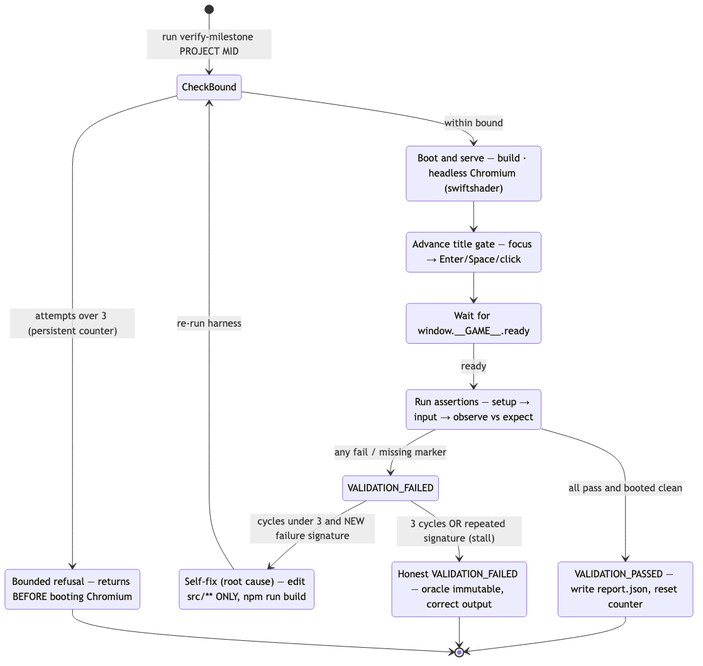
Above: docs/diagrams/verify-fix-state.png in blueif16/clawd-game (Mermaid), before the change. Its source is kept beside it as docs/diagrams/verify-fix-state.mmd.
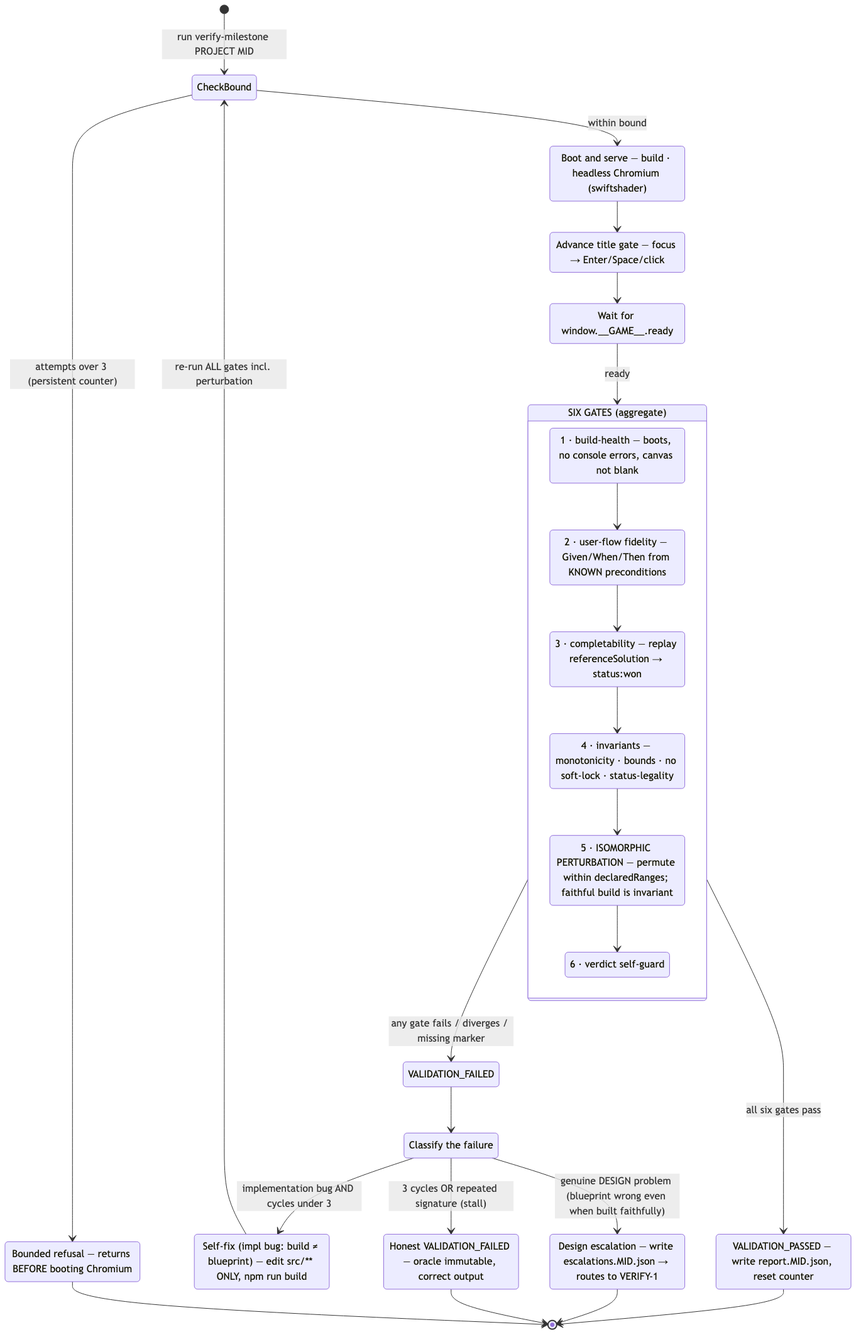
Above is the later version.

What changed in the source:
```diff
@@ -4,10 +4,26 @@
   state "Boot and serve — build · headless Chromium (swiftshader)" as Boot
   state "Advance title gate — focus → Enter/Space/click" as AdvanceTitle
   state "Wait for window.\_\_GAME\_\_.ready" as WaitReady
-  state "Run assertions — setup → input → observe vs expect" as RunAssertions
-  state "VALIDATION_PASSED — write report.json, reset counter" as Passed
+
+  state "SIX GATES (aggregate)" as Gates {
+    state "1 · build-health — boots, no console errors, canvas not blank" as G1
+    state "2 · user-flow fidelity — Given/When/Then from KNOWN preconditions" as G2
+    state "3 · completability — replay referenceSolution → status:won" as G3
+    state "4 · invariants — monotonicity · bounds · no soft-lock · status-legality" as G4
+    state "5 · ISOMORPHIC PERTURBATION — permute within declaredRanges; faithful build is invariant" as G5
+    state "6 · verdict self-guard" as G6
+    G1 --> G2
+    G2 --> G3
+    G3 --> G4
+    G4 --> G5
+    G5 --> G6
+  }
+
+  state "VALIDATION_PASSED — write report.MID.json, reset counter" as Passed
   state "VALIDATION_FAILED" as Failed
-  state "Self-fix (root cause) — edit src/** ONLY, npm run build" as SelfFix
+  state "Classify the failure" as Classify
+  state "Self-fix (impl bug: build ≠ blueprint) — edit src/** ONLY, npm run build" as SelfFix
+  state "Design escalation — write escalations.MID.json → routes to VERIFY-1" as Escalate
   state "Honest VALIDATION_FAILED — oracle immutable, correct output" as StopHonest
   state "Bounded refusal — returns BEFORE booting Chromium" as BoundExceeded
 
@@ -15,12 +31,15 @@
   CheckBound --> Boot : within bound
   Boot --> AdvanceTitle
   AdvanceTitle --> WaitReady
-  WaitReady --> RunAssertions : ready
-  RunAssertions --> Passed : all pass and booted clean
-  RunAssertions --> Failed : any fail / missing marker
+  WaitReady --> Gates : ready
+  Gates --> Passed : all six gates pass
+  Gates --> Failed : any gate fails / diverges / missing marker
+  Failed --> Classify
+  Classify --> SelfFix : implementation bug AND cycles under 3
+  Classify --> Escalate : genuine DESIGN problem (blueprint wrong even when built faithfully)
+  Classify --> StopHonest : 3 cycles OR repeated signature (stall)
+  SelfFix --> CheckBound : re-run ALL gates incl. perturbation
   Passed --> [*]
-  Failed --> SelfFix : cycles under 3 and NEW failure signature
-  Failed --> StopHonest : 3 cycles OR repeated signature (stall)
-  SelfFix --> CheckBound : re-run harness
+  Escalate --> [*]
   StopHonest --> [*]
   BoundExceeded --> [*]
```
